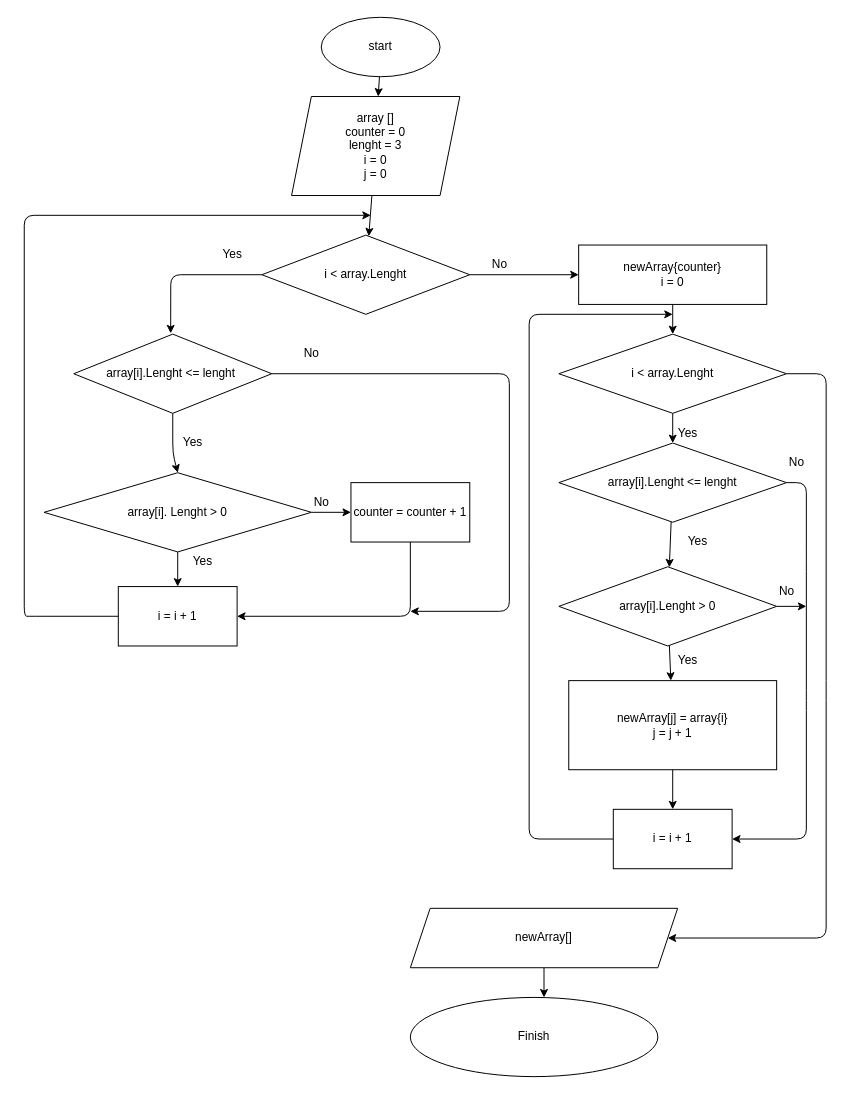
This is page "Страница 1" (1 of 2) of Home_Work/FinalTestWork/algoritm.drawio from Nikpell/C_-_Seminar_and_HomeWork, a draw.io file, before an edit. Source tidied: cells renumbered, new cells numbered last; positions are measured from the earlier drawing's top-left corner, leaving out a move shared by most shapes. Both pictures are drawn from the tidied source at 99%, with x=0, y=0 at pixel (24, 17).
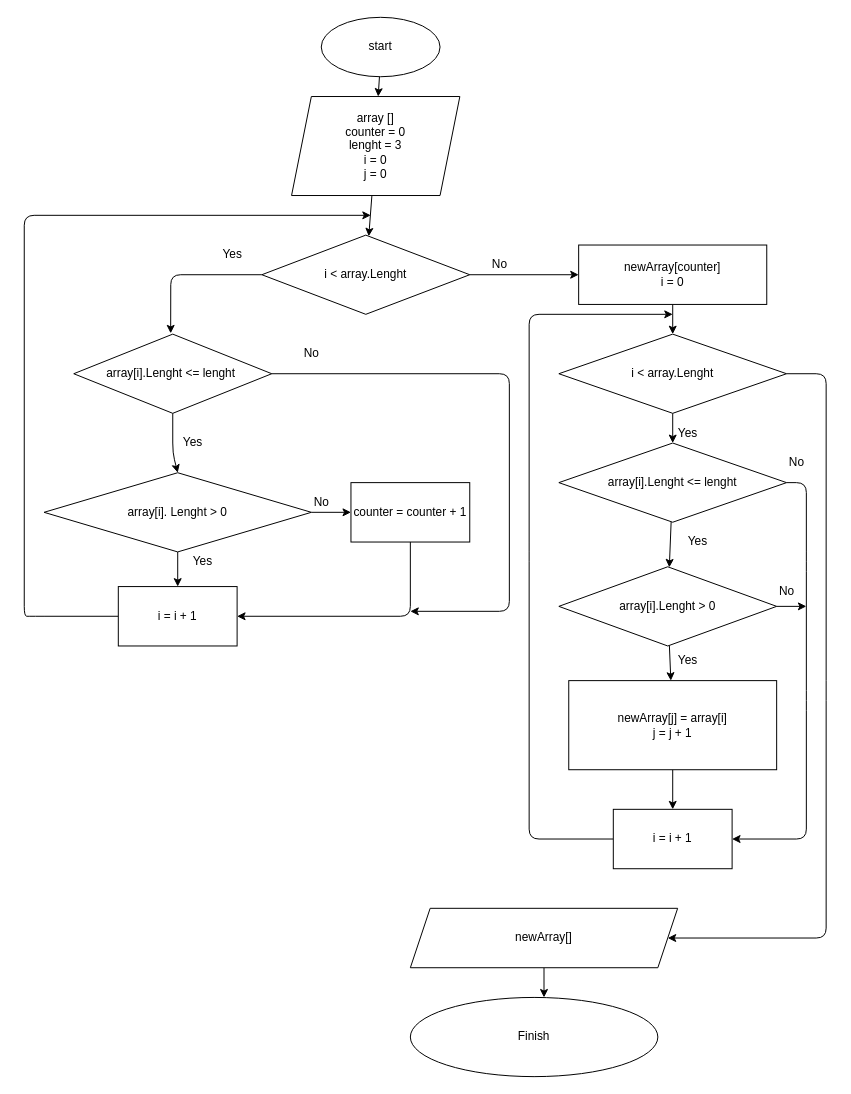
The same diagram, later.

The edit, as a diff of the source:
```diff
@@
-    <mxCell id="25" value="newArray{counter}&lt;br&gt;i = 0" style="rounded=0;whiteSpace=wrap;html=1;" parent="1" vertex="1">
+    <mxCell id="25" value="newArray[counter]&lt;br&gt;i = 0" style="rounded=0;whiteSpace=wrap;html=1;" parent="1" vertex="1">
       <mxGeometry x="560" y="230" width="190" height="60" as="geometry" />
     </mxCell>
@@
-    <mxCell id="37" value="newArray[j] = array{i}&lt;br&gt;j = j + 1" style="rounded=0;whiteSpace=wrap;html=1;" parent="1" vertex="1">
+    <mxCell id="37" value="newArray[j] = array[i]&lt;br&gt;j = j + 1" style="rounded=0;whiteSpace=wrap;html=1;" parent="1" vertex="1">
       <mxGeometry x="550" y="670" width="210" height="90" as="geometry" />
     </mxCell>
```
